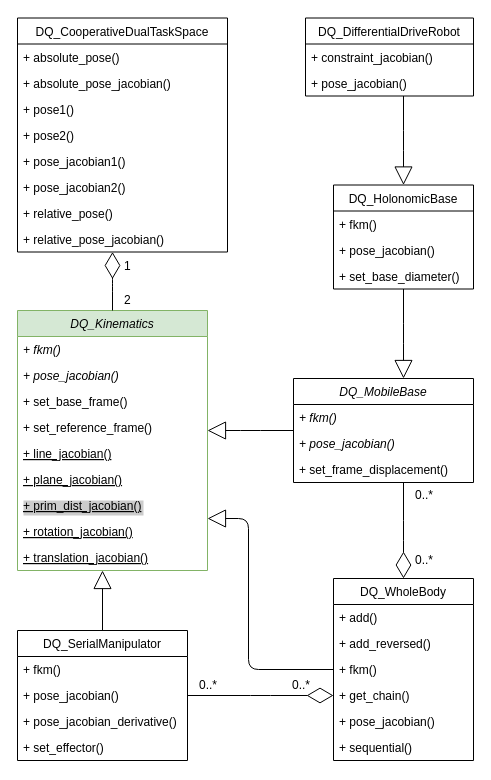
Before: images/class_diagrams/robot_modeling_uml.drawio in dqrobotics/dqrobotics.github.io, a draw.io diagram. Source tidied: cells renumbered, new cells numbered last; positions are measured from the earlier drawing's top-left corner, leaving out a move shared by most shapes. Both pictures are drawn from the tidied source at 100%, with x=0, y=0 at pixel (17, 18).
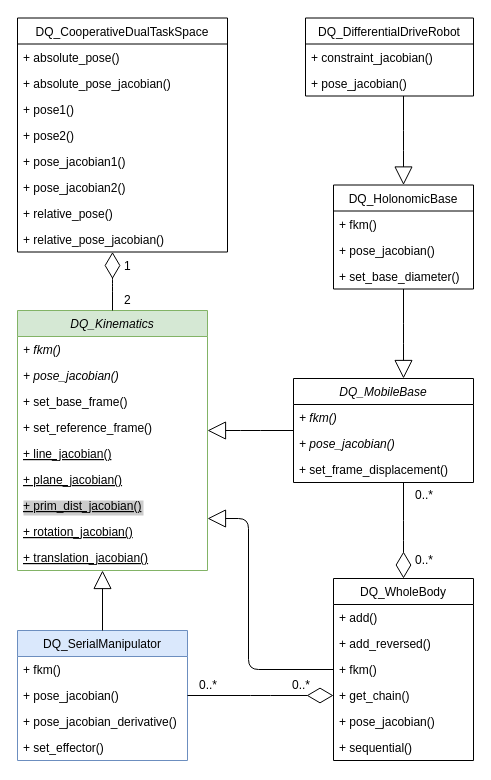
The same diagram, later.

Change to the diagram source:
```diff
@@
-    <mxCell id="12" value="DQ_SerialManipulator" style="swimlane;fontStyle=0;horizontal=1;startSize=26;fillColor=none;labelBackgroundColor=none;" parent="1" vertex="1">
+    <mxCell id="12" value="DQ_SerialManipulator" style="swimlane;fontStyle=0;horizontal=1;startSize=26;fillColor=#dae8fc;labelBackgroundColor=none;strokeColor=#6c8ebf;" parent="1" vertex="1">
       <mxGeometry y="612" width="170" height="130" as="geometry" />
     </mxCell>
```
